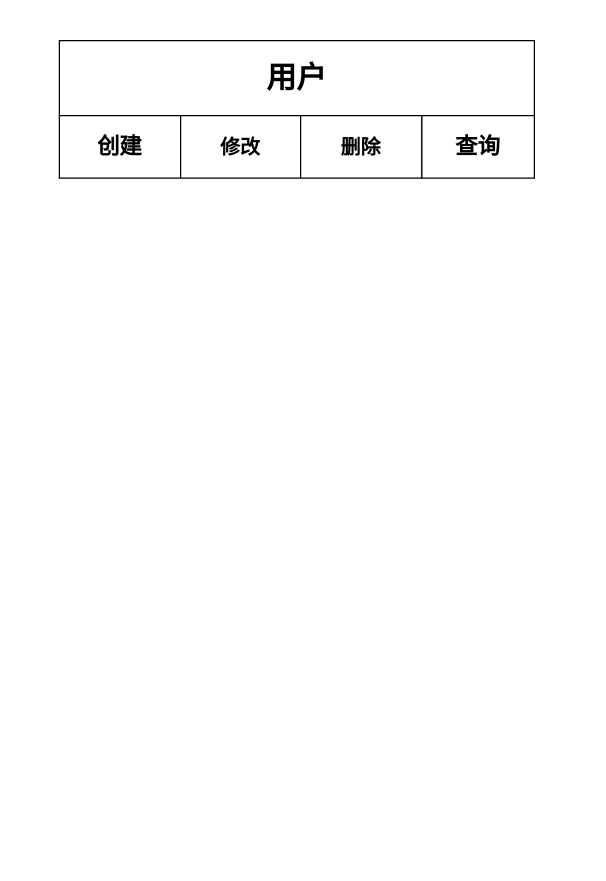
Above: 未命名绘图.drawio in JianRon/J.R (draw.io), before the change. Source tidied: cells renumbered, new cells numbered last; positions are measured from the earlier drawing's top-left corner, leaving out a move shared by most shapes. Both pictures are drawn from the tidied source at 125%, with x=0, y=0 at pixel (59, 40).
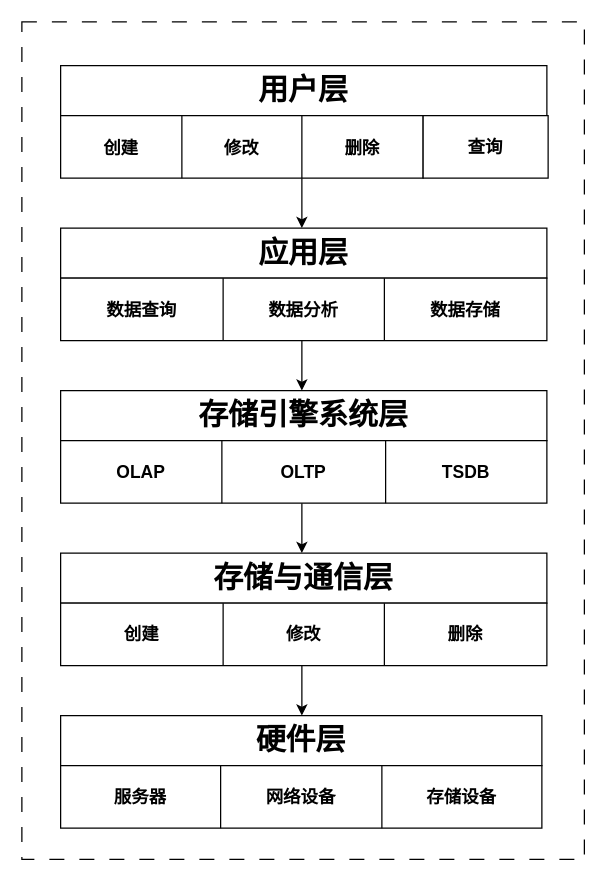
The same diagram, later.

Commit message (it also covers changes not shown here):
更新未命名绘图.drawio

The change refers to these unchanged cells:
```xml
<mxCell id="5" style="shape=tableRow;horizontal=0;startSize=0;swimlaneHead=0;swimlaneBody=0;strokeColor=inherit;top=0;left=0;bottom=0;right=0;fillColor=none;fontSize=16;fontStyle=1;" parent="4" vertex="1">
  <mxGeometry width="290" height="50" as="geometry" />
</mxCell>
```

What changed in the source:
```diff
@@
+    <mxCell id="10" style="whiteSpace=wrap;html=1;dashed=1;dashPattern=12 12;" parent="1" vertex="1">
+      <mxGeometry x="-30" y="-15" width="450" height="670" as="geometry" />
+    </mxCell>
-    <mxCell id="2" value="&lt;font style=&quot;font-size: 24px;&quot;&gt;&lt;b&gt;用户&lt;/b&gt;&lt;/font&gt;" style="rounded=0;whiteSpace=wrap;html=1;" parent="1" vertex="1">
-      <mxGeometry width="380" height="60" as="geometry" />
+    <mxCell id="2" value="&lt;font style=&quot;font-size: 24px;&quot;&gt;&lt;span&gt;用户层&lt;/span&gt;&lt;/font&gt;" style="rounded=0;whiteSpace=wrap;html=1;fontStyle=1;" parent="1" vertex="1">
+      <mxGeometry x="1" y="20" width="389" height="40" as="geometry" />
     </mxCell>
     <mxCell id="3" style="group;fontStyle=1;" parent="1" vertex="1">
-      <mxGeometry y="60" width="380" height="50" as="geometry" />
+      <mxGeometry x="1" y="60" width="390" height="50" as="geometry" />
     </mxCell>
@@
-    <mxCell id="6" value="&lt;font style=&quot;font-size: 18px;&quot;&gt;创建&lt;/font&gt;" style="shape=partialRectangle;html=1;whiteSpace=wrap;strokeColor=inherit;overflow=hidden;fillColor=none;top=0;left=0;bottom=0;right=0;fontSize=16;fontStyle=1;" parent="5" vertex="1">
+    <mxCell id="6" value="&lt;font style=&quot;font-size: 14px;&quot;&gt;创建&lt;/font&gt;" style="shape=partialRectangle;html=1;whiteSpace=wrap;strokeColor=inherit;overflow=hidden;fillColor=none;top=0;left=0;bottom=0;right=0;fontSize=16;fontStyle=1;" parent="5" vertex="1">
       <mxGeometry width="97" height="50" as="geometry" />
     </mxCell>
-    <mxCell id="7" value="修改" style="shape=partialRectangle;html=1;whiteSpace=wrap;strokeColor=inherit;overflow=hidden;fillColor=none;top=0;left=0;bottom=0;right=0;fontSize=16;fontStyle=1;" parent="5" vertex="1">
+    <mxCell id="7" value="&lt;font style=&quot;font-size: 14px;&quot;&gt;修改&lt;/font&gt;" style="shape=partialRectangle;html=1;whiteSpace=wrap;strokeColor=inherit;overflow=hidden;fillColor=none;top=0;left=0;bottom=0;right=0;fontSize=16;fontStyle=1;" parent="5" vertex="1">
       <mxGeometry x="97" width="96" height="50" as="geometry" />
     </mxCell>
-    <mxCell id="8" value="删除" style="shape=partialRectangle;html=1;whiteSpace=wrap;strokeColor=inherit;overflow=hidden;fillColor=none;top=0;left=0;bottom=0;right=0;fontSize=16;fontStyle=1;" parent="5" vertex="1">
+    <mxCell id="8" value="&lt;font style=&quot;font-size: 14px;&quot;&gt;删除&lt;/font&gt;" style="shape=partialRectangle;html=1;whiteSpace=wrap;strokeColor=inherit;overflow=hidden;fillColor=none;top=0;left=0;bottom=0;right=0;fontSize=16;fontStyle=1;" parent="5" vertex="1">
       <mxGeometry x="193" width="97" height="50" as="geometry" />
     </mxCell>
-    <mxCell id="9" value="&lt;font style=&quot;font-size: 18px;&quot;&gt;查询&lt;/font&gt;" style="whiteSpace=wrap;html=1;fontStyle=1;" parent="3" vertex="1">
-      <mxGeometry x="290" width="90" height="50" as="geometry" />
+    <mxCell id="9" value="&lt;font style=&quot;font-size: 14px;&quot;&gt;查询&lt;/font&gt;" style="whiteSpace=wrap;html=1;fontStyle=1;" parent="3" vertex="1">
+      <mxGeometry x="290" width="100" height="50" as="geometry" />
     </mxCell>
+    <mxCell id="11" style="endArrow=classic;html=1;rounded=0;exitX=0.669;exitY=1;exitDx=0;exitDy=0;exitPerimeter=0;fontStyle=1;" parent="1" edge="1">
+      <mxGeometry relative="1" as="geometry">
+        <mxPoint x="194" y="110" as="sourcePoint" />
+        <mxPoint x="194" y="150" as="targetPoint" />
+      </mxGeometry>
+    </mxCell>
+    <mxCell id="12" value="&lt;font style=&quot;font-size: 24px;&quot;&gt;&lt;span&gt;应用层&lt;/span&gt;&lt;/font&gt;" style="rounded=0;whiteSpace=wrap;html=1;fontStyle=1;" parent="1" vertex="1">
+      <mxGeometry x="1" y="150" width="389" height="40" as="geometry" />
+    </mxCell>
+    <mxCell id="13" style="endArrow=classic;html=1;rounded=0;exitX=0.669;exitY=1;exitDx=0;exitDy=0;exitPerimeter=0;fontStyle=1;" parent="1" edge="1">
+      <mxGeometry relative="1" as="geometry">
+        <mxPoint x="194" y="240" as="sourcePoint" />
+        <mxPoint x="194" y="280" as="targetPoint" />
+      </mxGeometry>
+    </mxCell>
+    <mxCell id="14" value="&lt;font style=&quot;font-size: 24px;&quot;&gt;&lt;span&gt;存储引擎系统层&lt;/span&gt;&lt;/font&gt;" style="rounded=0;whiteSpace=wrap;html=1;fontStyle=1;" parent="1" vertex="1">
+      <mxGeometry x="1" y="280" width="389" height="40" as="geometry" />
+    </mxCell>
+    <mxCell id="15" style="endArrow=classic;html=1;rounded=0;exitX=0.669;exitY=1;exitDx=0;exitDy=0;exitPerimeter=0;fontStyle=1;" parent="1" edge="1">
+      <mxGeometry relative="1" as="geometry">
+        <mxPoint x="194" y="370" as="sourcePoint" />
+        <mxPoint x="194" y="410" as="targetPoint" />
+      </mxGeometry>
+    </mxCell>
+    <mxCell id="16" value="&lt;font style=&quot;font-size: 24px;&quot;&gt;&lt;span&gt;存储与通信层&lt;/span&gt;&lt;/font&gt;" style="rounded=0;whiteSpace=wrap;html=1;fontStyle=1;" parent="1" vertex="1">
+      <mxGeometry x="1" y="410" width="389" height="40" as="geometry" />
+    </mxCell>
+    <mxCell id="17" style="endArrow=classic;html=1;rounded=0;exitX=0.669;exitY=1;exitDx=0;exitDy=0;exitPerimeter=0;fontStyle=1;" parent="1" edge="1">
+      <mxGeometry relative="1" as="geometry">
+        <mxPoint x="194" y="500" as="sourcePoint" />
+        <mxPoint x="194" y="540" as="targetPoint" />
+      </mxGeometry>
+    </mxCell>
+    <mxCell id="18" value="&lt;font style=&quot;font-size: 24px;&quot;&gt;&lt;span&gt;硬件层&lt;/span&gt;&lt;/font&gt;" style="rounded=0;whiteSpace=wrap;html=1;fontStyle=1;" parent="1" vertex="1">
+      <mxGeometry x="1" y="540" width="385" height="40" as="geometry" />
+    </mxCell>
+    <mxCell id="19" style="shape=table;startSize=0;childLayout=tableLayout;fontSize=16;fontStyle=1;" parent="1" vertex="1">
+      <mxGeometry x="1" y="580" width="385" height="50" as="geometry" />
+    </mxCell>
+    <mxCell id="20" style="shape=tableRow;horizontal=0;startSize=0;swimlaneHead=0;swimlaneBody=0;strokeColor=inherit;top=0;left=0;bottom=0;right=0;fillColor=none;fontSize=16;fontStyle=1;" parent="19" vertex="1">
+      <mxGeometry width="385" height="50" as="geometry" />
+    </mxCell>
+    <mxCell id="21" value="&lt;font style=&quot;font-size: 14px;&quot;&gt;服务器&lt;/font&gt;" style="shape=partialRectangle;html=1;whiteSpace=wrap;strokeColor=inherit;overflow=hidden;fillColor=none;top=0;left=0;bottom=0;right=0;fontSize=14;fontStyle=1;" parent="20" vertex="1">
+      <mxGeometry width="128" height="50" as="geometry" />
+    </mxCell>
+    <mxCell id="22" value="网络设备" style="shape=partialRectangle;html=1;whiteSpace=wrap;strokeColor=inherit;overflow=hidden;fillColor=none;top=0;left=0;bottom=0;right=0;fontSize=14;fontStyle=1;" parent="20" vertex="1">
+      <mxGeometry x="128" width="129" height="50" as="geometry" />
+    </mxCell>
+    <mxCell id="23" value="存储设备" style="shape=partialRectangle;html=1;whiteSpace=wrap;strokeColor=inherit;overflow=hidden;fillColor=none;top=0;left=0;bottom=0;right=0;fontSize=14;fontStyle=1;" parent="20" vertex="1">
+      <mxGeometry x="257" width="128" height="50" as="geometry" />
+    </mxCell>
+    <mxCell id="24" style="shape=table;startSize=0;childLayout=tableLayout;fontSize=16;fontStyle=1;" parent="1" vertex="1">
+      <mxGeometry x="1" y="450" width="389" height="50" as="geometry" />
+    </mxCell>
+    <mxCell id="25" style="shape=tableRow;horizontal=0;startSize=0;swimlaneHead=0;swimlaneBody=0;strokeColor=inherit;top=0;left=0;bottom=0;right=0;fillColor=none;fontSize=16;fontStyle=1;" parent="24" vertex="1">
+      <mxGeometry width="389" height="50" as="geometry" />
+    </mxCell>
+    <mxCell id="26" value="&lt;font style=&quot;font-size: 14px;&quot;&gt;创建&lt;/font&gt;" style="shape=partialRectangle;html=1;whiteSpace=wrap;strokeColor=inherit;overflow=hidden;fillColor=none;top=0;left=0;bottom=0;right=0;fontSize=14;fontStyle=1;" parent="25" vertex="1">
+      <mxGeometry width="130" height="50" as="geometry" />
+    </mxCell>
+    <mxCell id="27" value="修改" style="shape=partialRectangle;html=1;whiteSpace=wrap;strokeColor=inherit;overflow=hidden;fillColor=none;top=0;left=0;bottom=0;right=0;fontSize=14;fontStyle=1;" parent="25" vertex="1">
+      <mxGeometry x="130" width="129" height="50" as="geometry" />
+    </mxCell>
+    <mxCell id="28" value="删除" style="shape=partialRectangle;html=1;whiteSpace=wrap;strokeColor=inherit;overflow=hidden;fillColor=none;top=0;left=0;bottom=0;right=0;fontSize=14;fontStyle=1;" parent="25" vertex="1">
+      <mxGeometry x="259" width="130" height="50" as="geometry" />
+    </mxCell>
+    <mxCell id="29" style="shape=table;startSize=0;childLayout=tableLayout;fontSize=16;fontStyle=1;" parent="1" vertex="1">
+      <mxGeometry x="1" y="320" width="389" height="50" as="geometry" />
+    </mxCell>
+    <mxCell id="30" style="shape=tableRow;horizontal=0;startSize=0;swimlaneHead=0;swimlaneBody=0;strokeColor=inherit;top=0;left=0;bottom=0;right=0;fillColor=none;fontSize=16;fontStyle=1;" parent="29" vertex="1">
+      <mxGeometry width="389" height="50" as="geometry" />
+    </mxCell>
+    <mxCell id="31" value="&lt;font style=&quot;font-size: 14px;&quot;&gt;OLAP&lt;/font&gt;" style="shape=partialRectangle;html=1;whiteSpace=wrap;strokeColor=inherit;overflow=hidden;fillColor=none;top=0;left=0;bottom=0;right=0;fontSize=14;fontStyle=1;" parent="30" vertex="1">
+      <mxGeometry width="129" height="50" as="geometry" />
+    </mxCell>
+    <mxCell id="32" value="OLTP" style="shape=partialRectangle;html=1;whiteSpace=wrap;strokeColor=inherit;overflow=hidden;fillColor=none;top=0;left=0;bottom=0;right=0;fontSize=14;fontStyle=1;" parent="30" vertex="1">
+      <mxGeometry x="129" width="131" height="50" as="geometry" />
+    </mxCell>
+    <mxCell id="33" value="TSDB" style="shape=partialRectangle;html=1;whiteSpace=wrap;strokeColor=inherit;overflow=hidden;fillColor=none;top=0;left=0;bottom=0;right=0;fontSize=14;fontStyle=1;" parent="30" vertex="1">
+      <mxGeometry x="260" width="129" height="50" as="geometry" />
+    </mxCell>
+    <mxCell id="34" style="shape=table;startSize=0;childLayout=tableLayout;fontSize=16;fontStyle=1;" parent="1" vertex="1">
+      <mxGeometry x="1" y="190" width="389" height="50" as="geometry" />
+    </mxCell>
+    <mxCell id="35" style="shape=tableRow;horizontal=0;startSize=0;swimlaneHead=0;swimlaneBody=0;strokeColor=inherit;top=0;left=0;bottom=0;right=0;fillColor=none;fontSize=16;fontStyle=1;" parent="34" vertex="1">
+      <mxGeometry width="389" height="50" as="geometry" />
+    </mxCell>
+    <mxCell id="36" value="&lt;font style=&quot;font-size: 14px;&quot;&gt;数据查询&lt;/font&gt;" style="shape=partialRectangle;html=1;whiteSpace=wrap;strokeColor=inherit;overflow=hidden;fillColor=none;top=0;left=0;bottom=0;right=0;fontSize=16;fontStyle=1;" parent="35" vertex="1">
+      <mxGeometry width="130" height="50" as="geometry" />
+    </mxCell>
+    <mxCell id="37" value="&lt;font style=&quot;font-size: 14px;&quot;&gt;数据分析&lt;/font&gt;" style="shape=partialRectangle;html=1;whiteSpace=wrap;strokeColor=inherit;overflow=hidden;fillColor=none;top=0;left=0;bottom=0;right=0;fontSize=16;fontStyle=1;" parent="35" vertex="1">
+      <mxGeometry x="130" width="129" height="50" as="geometry" />
+    </mxCell>
+    <mxCell id="38" value="&lt;font style=&quot;font-size: 14px;&quot;&gt;数据存储&lt;/font&gt;" style="shape=partialRectangle;html=1;whiteSpace=wrap;strokeColor=inherit;overflow=hidden;fillColor=none;top=0;left=0;bottom=0;right=0;fontSize=16;fontStyle=1;" parent="35" vertex="1">
+      <mxGeometry x="259" width="130" height="50" as="geometry" />
+    </mxCell>
```
